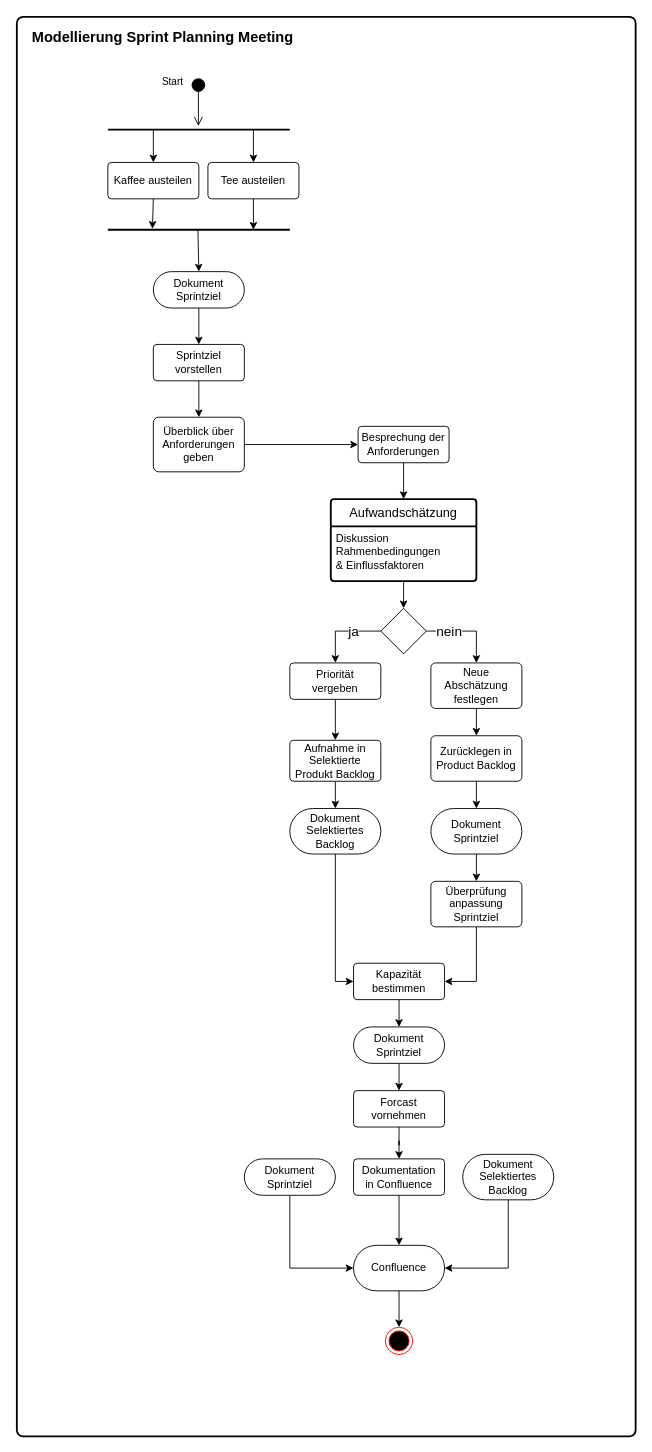
This is Uebung3/Aufgabe3.2.drawio from Software-Engineering-Team-HBRS/uebungsaufgaben, a draw.io file, before an edit. Source tidied: cells renumbered, new cells numbered last; positions are measured from the earlier drawing's top-left corner, leaving out a move shared by most shapes. Both pictures are drawn from the tidied source at 91%, with x=0, y=0 at pixel (16, 16).
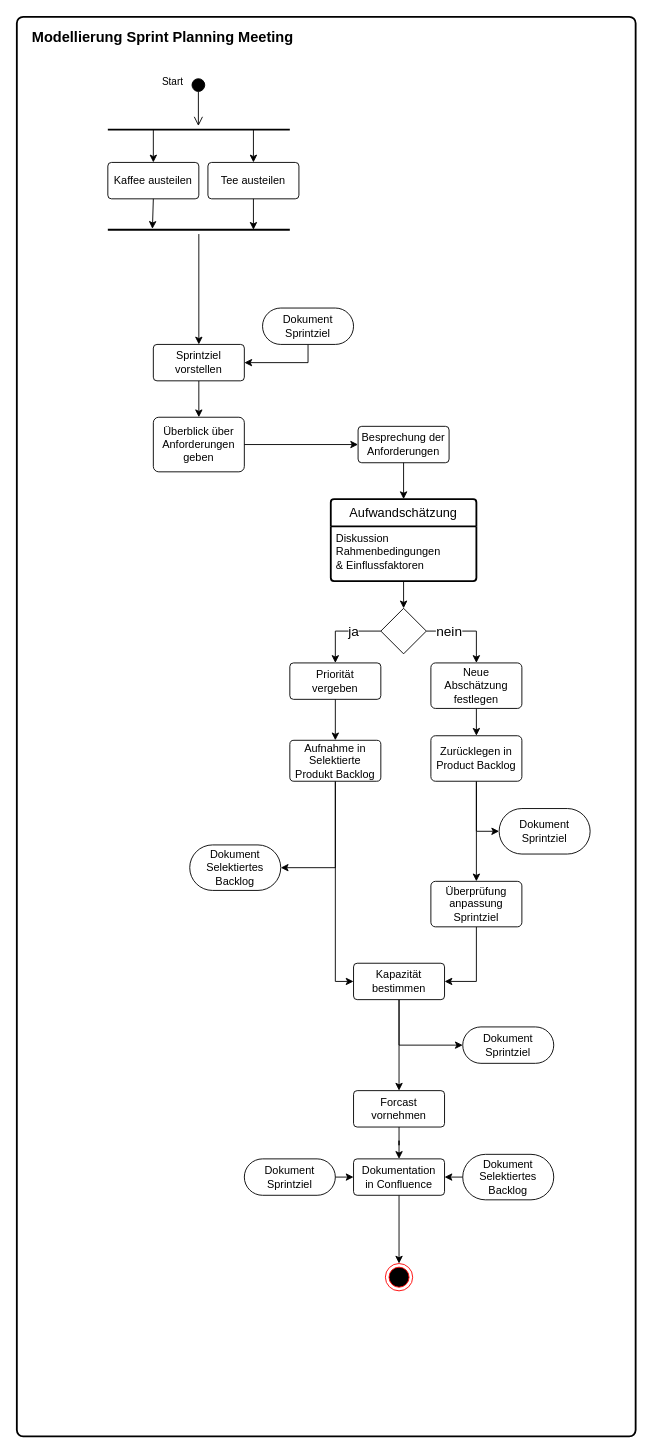
The same page after the edit.

Unchanged cells that the change refers to:
```xml
<mxCell id="16" value="&lt;div&gt;Überprüfung anpassung&lt;/div&gt;&lt;div&gt;Sprintziel&lt;/div&gt;" style="rounded=1;arcSize=10;whiteSpace=wrap;html=1;align=center;" parent="1" vertex="1">
  <mxGeometry x="455" y="950" width="100" height="50" as="geometry" />
</mxCell>
<mxCell id="25" value="Zurücklegen in Product Backlog" style="rounded=1;arcSize=10;whiteSpace=wrap;html=1;align=center;" parent="1" vertex="1">
  <mxGeometry x="455" y="790" width="100" height="50" as="geometry" />
</mxCell>
<mxCell id="28" style="line;strokeWidth=2;fillColor=none;align=left;verticalAlign=middle;spacingTop=-1;spacingLeft=3;spacingRight=3;labelPosition=right;points=[];portConstraint=eastwest;strokeColor=inherit;" parent="1" vertex="1">
  <mxGeometry x="100" y="230" width="200" height="8" as="geometry" />
</mxCell>
<mxCell id="32" value="Sprintziel vorstellen" style="rounded=1;arcSize=10;whiteSpace=wrap;html=1;align=center;" parent="1" vertex="1">
  <mxGeometry x="150" y="360" width="100" height="40" as="geometry" />
</mxCell>
<mxCell id="35" value="Aufnahme in Selektierte Produkt Backlog" style="rounded=1;arcSize=10;whiteSpace=wrap;html=1;align=center;" parent="1" vertex="1">
  <mxGeometry x="300" y="795" width="100" height="45" as="geometry" />
</mxCell>
<mxCell id="43" value="Kapazität bestimmen" style="rounded=1;arcSize=10;whiteSpace=wrap;html=1;align=center;" parent="1" vertex="1">
  <mxGeometry x="370" y="1040" width="100" height="40" as="geometry" />
</mxCell>
<mxCell id="47" value="Forcast vornehmen" style="rounded=1;arcSize=10;whiteSpace=wrap;html=1;align=center;" parent="1" vertex="1">
  <mxGeometry x="370" y="1180" width="100" height="40" as="geometry" />
</mxCell>
<mxCell id="49" value="&lt;div&gt;Dokument&lt;/div&gt;&lt;div&gt;Selektiertes Backlog&lt;/div&gt;" style="rounded=1;arcSize=50;whiteSpace=wrap;html=1;align=center;" parent="1" vertex="1">
  <mxGeometry x="490" y="1250" width="100" height="50" as="geometry" />
</mxCell>
<mxCell id="51" value="&lt;div&gt;Dokument&lt;/div&gt;&lt;div&gt;Sprintziel&lt;/div&gt;" style="rounded=1;arcSize=50;whiteSpace=wrap;html=1;align=center;" parent="1" vertex="1">
  <mxGeometry x="250" y="1255" width="100" height="40" as="geometry" />
</mxCell>
<mxCell id="53" value="&lt;div&gt;Dokumentation&lt;/div&gt;&lt;div&gt;in Confluence&lt;/div&gt;" style="rounded=1;arcSize=10;whiteSpace=wrap;html=1;align=center;" parent="1" vertex="1">
  <mxGeometry x="370" y="1255" width="100" height="40" as="geometry" />
</mxCell>
```

The edit, as a diff of the source:
```diff
@@
     <mxCell id="24" style="edgeStyle=orthogonalEdgeStyle;rounded=0;jettySize=auto;html=1;exitX=0.5;exitY=1;exitDx=0;exitDy=0;" parent="1" edge="1" source="25">
       <mxGeometry relative="1" as="geometry">
-        <mxPoint x="505" y="870" as="targetPoint" />
+        <mxPoint x="505" y="950" as="targetPoint" />
       </mxGeometry>
     </mxCell>
+    <mxCell id="57" style="edgeStyle=orthogonalEdgeStyle;rounded=0;jettySize=auto;html=1;exitX=0.5;exitY=1;exitDx=0;exitDy=0;entryX=0;entryY=0.5;entryDx=0;entryDy=0;" parent="1" edge="1" source="25" target="41">
+      <mxGeometry relative="1" as="geometry" />
+    </mxCell>
@@
-    <mxCell id="33" style="endArrow=classic;html=1;rounded=0;strokeWidth=1;exitX=0.495;exitY=0.5;exitDx=0;exitDy=0;exitPerimeter=0;" parent="1" edge="1" source="28">
-      <mxGeometry relative="1" as="geometry">
-        <mxPoint x="200" y="280" as="targetPoint" />
-      </mxGeometry>
-    </mxCell>
-    <mxCell id="34" style="edgeStyle=orthogonalEdgeStyle;rounded=0;jettySize=auto;html=1;exitX=0.5;exitY=1;exitDx=0;exitDy=0;entryX=0.5;entryY=0;entryDx=0;entryDy=0;" parent="1" edge="1" source="35" target="39">
+    <mxCell id="34" style="edgeStyle=orthogonalEdgeStyle;rounded=0;jettySize=auto;html=1;exitX=0.5;exitY=1;exitDx=0;exitDy=0;entryX=0;entryY=0.5;entryDx=0;entryDy=0;" parent="1" edge="1" source="35" target="43">
       <mxGeometry relative="1" as="geometry" />
     </mxCell>
+    <mxCell id="58" style="edgeStyle=orthogonalEdgeStyle;rounded=0;jettySize=auto;html=1;exitX=0.5;exitY=1;exitDx=0;exitDy=0;entryX=1;entryY=0.5;entryDx=0;entryDy=0;" parent="1" edge="1" source="35" target="39">
+      <mxGeometry relative="1" as="geometry" />
+    </mxCell>
@@
-    <mxCell id="36" style="edgeStyle=orthogonalEdgeStyle;rounded=0;jettySize=auto;html=1;exitX=0.5;exitY=1;exitDx=0;exitDy=0;entryX=0.5;entryY=0;entryDx=0;entryDy=0;" parent="1" edge="1" source="37" target="32">
+    <mxCell id="36" style="edgeStyle=orthogonalEdgeStyle;rounded=0;jettySize=auto;html=1;exitX=0.5;exitY=1.087;exitDx=0;exitDy=0;entryX=0.5;entryY=0;entryDx=0;entryDy=0;exitPerimeter=0;" parent="1" edge="1" source="28" target="32">
       <mxGeometry relative="1" as="geometry" />
     </mxCell>
-    <mxCell id="37" value="&lt;div&gt;Dokument&lt;/div&gt;&lt;div&gt;Sprintziel&lt;/div&gt;" style="rounded=1;arcSize=50;whiteSpace=wrap;html=1;align=center;" parent="1" vertex="1">
-      <mxGeometry x="150" y="280" width="100" height="40" as="geometry" />
-    </mxCell>
-    <mxCell id="38" style="edgeStyle=orthogonalEdgeStyle;rounded=0;jettySize=auto;html=1;exitX=0.5;exitY=1;exitDx=0;exitDy=0;entryX=0;entryY=0.5;entryDx=0;entryDy=0;" parent="1" edge="1" source="39" target="43">
-      <mxGeometry relative="1" as="geometry" />
-    </mxCell>
-    <mxCell id="39" value="&lt;div&gt;Dokument&lt;/div&gt;&lt;div&gt;Selektiertes Backlog&lt;/div&gt;" style="rounded=1;arcSize=50;whiteSpace=wrap;html=1;align=center;" parent="1" vertex="1">
-      <mxGeometry x="300" y="870" width="100" height="50" as="geometry" />
-    </mxCell>
-    <mxCell id="40" style="edgeStyle=orthogonalEdgeStyle;rounded=0;jettySize=auto;html=1;exitX=0.5;exitY=1;exitDx=0;exitDy=0;entryX=0.5;entryY=0;entryDx=0;entryDy=0;" parent="1" edge="1" source="41" target="16">
-      <mxGeometry relative="1" as="geometry" />
-    </mxCell>
     <mxCell id="41" value="&lt;div&gt;Dokument&lt;/div&gt;&lt;div&gt;Sprintziel&lt;/div&gt;" style="rounded=1;arcSize=50;whiteSpace=wrap;html=1;align=center;" parent="1" vertex="1">
-      <mxGeometry x="455" y="870" width="100" height="50" as="geometry" />
+      <mxGeometry x="530" y="870" width="100" height="50" as="geometry" />
     </mxCell>
+    <mxCell id="59" style="edgeStyle=orthogonalEdgeStyle;rounded=0;jettySize=auto;html=1;exitX=0.5;exitY=1;exitDx=0;exitDy=0;entryX=0.5;entryY=0;entryDx=0;entryDy=0;" parent="1" edge="1" source="43" target="47">
+      <mxGeometry relative="1" as="geometry" />
+    </mxCell>
-    <mxCell id="42" style="edgeStyle=orthogonalEdgeStyle;rounded=0;jettySize=auto;html=1;exitX=0.5;exitY=1;exitDx=0;exitDy=0;entryX=0.5;entryY=0;entryDx=0;entryDy=0;" parent="1" edge="1" source="43" target="45">
+    <mxCell id="42" style="edgeStyle=orthogonalEdgeStyle;rounded=0;jettySize=auto;html=1;exitX=0.5;exitY=1;exitDx=0;exitDy=0;entryX=0;entryY=0.5;entryDx=0;entryDy=0;" parent="1" edge="1" source="43" target="45">
       <mxGeometry relative="1" as="geometry" />
     </mxCell>
@@
-    <mxCell id="44" style="edgeStyle=orthogonalEdgeStyle;rounded=0;jettySize=auto;html=1;exitX=0.5;exitY=1;exitDx=0;exitDy=0;entryX=0.5;entryY=0;entryDx=0;entryDy=0;" parent="1" edge="1" source="45" target="47">
-      <mxGeometry relative="1" as="geometry" />
-    </mxCell>
     <mxCell id="45" value="&lt;div&gt;Dokument&lt;/div&gt;&lt;div&gt;Sprintziel&lt;/div&gt;" style="rounded=1;arcSize=50;whiteSpace=wrap;html=1;align=center;" parent="1" vertex="1">
-      <mxGeometry x="370" y="1110" width="100" height="40" as="geometry" />
+      <mxGeometry x="490" y="1110" width="100" height="40" as="geometry" />
     </mxCell>
@@
-    <mxCell id="48" style="edgeStyle=orthogonalEdgeStyle;rounded=0;jettySize=auto;html=1;exitX=0.5;exitY=1;exitDx=0;exitDy=0;entryX=1;entryY=0.5;entryDx=0;entryDy=0;" parent="1" edge="1" source="49" target="55">
-      <mxGeometry relative="1" as="geometry" />
-    </mxCell>
+    <mxCell id="60" style="edgeStyle=orthogonalEdgeStyle;rounded=0;jettySize=auto;html=1;exitX=0;exitY=0.5;exitDx=0;exitDy=0;entryX=1;entryY=0.5;entryDx=0;entryDy=0;" parent="1" edge="1" source="49" target="53">
+      <mxGeometry relative="1" as="geometry" />
+    </mxCell>
@@
-    <mxCell id="50" style="edgeStyle=orthogonalEdgeStyle;rounded=0;jettySize=auto;html=1;exitX=0.5;exitY=1;exitDx=0;exitDy=0;entryX=0;entryY=0.5;entryDx=0;entryDy=0;" parent="1" edge="1" source="51" target="55">
-      <mxGeometry relative="1" as="geometry" />
-    </mxCell>
+    <mxCell id="61" style="edgeStyle=orthogonalEdgeStyle;rounded=0;jettySize=auto;html=1;exitX=1;exitY=0.5;exitDx=0;exitDy=0;" parent="1" edge="1" source="51">
+      <mxGeometry relative="1" as="geometry">
+        <mxPoint x="370" y="1275.2" as="targetPoint" />
+      </mxGeometry>
+    </mxCell>
@@
-    <mxCell id="52" style="edgeStyle=orthogonalEdgeStyle;rounded=0;jettySize=auto;html=1;exitX=0.5;exitY=1;exitDx=0;exitDy=0;entryX=0.5;entryY=0;entryDx=0;entryDy=0;" parent="1" edge="1" source="53" target="55">
+    <mxCell id="52" style="edgeStyle=orthogonalEdgeStyle;rounded=0;jettySize=auto;html=1;exitX=0.5;exitY=1;exitDx=0;exitDy=0;entryX=0.5;entryY=0;entryDx=0;entryDy=0;" parent="1" edge="1" source="53" target="56">
       <mxGeometry relative="1" as="geometry" />
     </mxCell>
@@
-    <mxCell id="54" style="edgeStyle=orthogonalEdgeStyle;rounded=0;jettySize=auto;html=1;exitX=0.5;exitY=1;exitDx=0;exitDy=0;entryX=0.5;entryY=0;entryDx=0;entryDy=0;" parent="1" edge="1" source="55" target="56">
-      <mxGeometry relative="1" as="geometry" />
-    </mxCell>
-    <mxCell id="55" value="&lt;div&gt;Confluence&lt;/div&gt;" style="rounded=1;arcSize=50;whiteSpace=wrap;html=1;align=center;" parent="1" vertex="1">
-      <mxGeometry x="370" y="1350" width="100" height="50" as="geometry" />
-    </mxCell>
     <mxCell id="56" style="ellipse;html=1;shape=endState;fillColor=#000000;strokeColor=light-dark(#FF0000,#FFFFFF);" parent="1" vertex="1">
-      <mxGeometry x="405" y="1440" width="30" height="30" as="geometry" />
+      <mxGeometry x="405" y="1370" width="30" height="30" as="geometry" />
     </mxCell>
+    <mxCell id="62" style="edgeStyle=orthogonalEdgeStyle;rounded=0;jettySize=auto;html=1;exitX=0.5;exitY=1;exitDx=0;exitDy=0;" parent="1" edge="1" source="37" target="32">
+      <mxGeometry relative="1" as="geometry" />
+    </mxCell>
+    <mxCell id="37" value="&lt;div&gt;Dokument&lt;/div&gt;&lt;div&gt;Sprintziel&lt;/div&gt;" style="rounded=1;arcSize=50;whiteSpace=wrap;html=1;align=center;" parent="1" vertex="1">
+      <mxGeometry x="270" y="320" width="100" height="40" as="geometry" />
+    </mxCell>
+    <mxCell id="39" value="&lt;div&gt;Dokument&lt;/div&gt;&lt;div&gt;Selektiertes Backlog&lt;/div&gt;" style="rounded=1;arcSize=50;whiteSpace=wrap;html=1;align=center;" parent="1" vertex="1">
+      <mxGeometry x="190" y="910" width="100" height="50" as="geometry" />
+    </mxCell>
```
